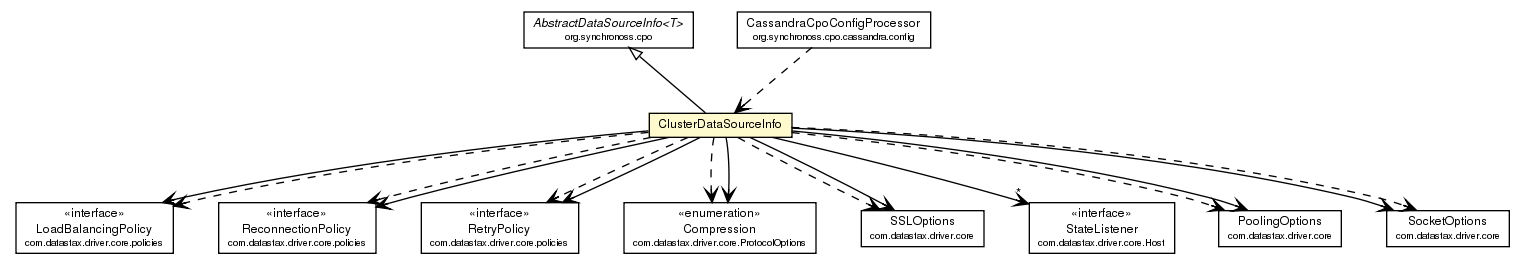
This is site/apidocs/org/synchronoss/cpo/cassandra/ClusterDataSourceInfo.png from synchronoss/cpo-api, a Graphviz export, as it was before one commit. Its source is kept beside it as site/apidocs/org/synchronoss/cpo/cassandra/ClusterDataSourceInfo.dot.
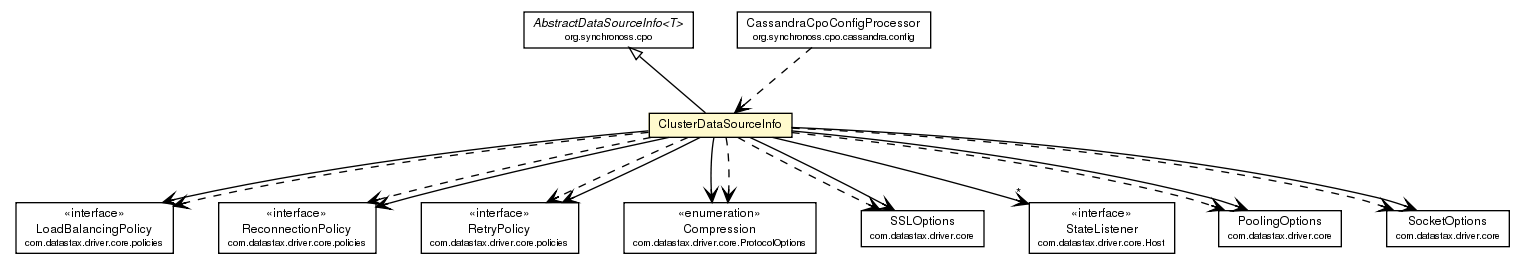
After the change.

The edit, as a diff of the source:
```diff
@@ -28,13 +28,13 @@
 	c44752:p -> c44801:p [taillabel="", label="", headlabel="*", fontname="Helvetica", fontcolor="black", fontsize=10.0, color="black", arrowhead=open];
 	c44752:p -> c44802:p [taillabel="", label="", headlabel="", fontname="Helvetica", fontcolor="black", fontsize=10.0, color="black", arrowhead=open];
 	c44752:p -> c44803:p [taillabel="", label="", headlabel="", fontname="Helvetica", fontcolor="black", fontsize=10.0, color="black", arrowhead=open];
+	c44752:p -> c44799:p [taillabel="", label="", headlabel="", fontname="Helvetica", fontcolor="black", fontsize=10.0, color="black", arrowhead=open, style=dashed];
+	c44752:p -> c44797:p [taillabel="", label="", headlabel="", fontname="Helvetica", fontcolor="black", fontsize=10.0, color="black", arrowhead=open, style=dashed];
+	c44752:p -> c44802:p [taillabel="", label="", headlabel="", fontname="Helvetica", fontcolor="black", fontsize=10.0, color="black", arrowhead=open, style=dashed];
+	c44752:p -> c44798:p [taillabel="", label="", headlabel="", fontname="Helvetica", fontcolor="black", fontsize=10.0, color="black", arrowhead=open, style=dashed];
 	c44752:p -> c44803:p [taillabel="", label="", headlabel="", fontname="Helvetica", fontcolor="black", fontsize=10.0, color="black", arrowhead=open, style=dashed];
 	c44752:p -> c44800:p [taillabel="", label="", headlabel="", fontname="Helvetica", fontcolor="black", fontsize=10.0, color="black", arrowhead=open, style=dashed];
 	c44752:p -> c44796:p [taillabel="", label="", headlabel="", fontname="Helvetica", fontcolor="black", fontsize=10.0, color="black", arrowhead=open, style=dashed];
-	c44752:p -> c44799:p [taillabel="", label="", headlabel="", fontname="Helvetica", fontcolor="black", fontsize=10.0, color="black", arrowhead=open, style=dashed];
-	c44752:p -> c44802:p [taillabel="", label="", headlabel="", fontname="Helvetica", fontcolor="black", fontsize=10.0, color="black", arrowhead=open, style=dashed];
-	c44752:p -> c44798:p [taillabel="", label="", headlabel="", fontname="Helvetica", fontcolor="black", fontsize=10.0, color="black", arrowhead=open, style=dashed];
-	c44752:p -> c44797:p [taillabel="", label="", headlabel="", fontname="Helvetica", fontcolor="black", fontsize=10.0, color="black", arrowhead=open, style=dashed];
 	c44763:p -> c44752:p [taillabel="", label="", headlabel="", fontname="Helvetica", fontcolor="black", fontsize=10.0, color="black", arrowhead=open, style=dashed];
 	c44797 [label=<<table border="0" cellborder="1" cellspacing="0" cellpadding="2" port="p" href="http://java.sun.com/j2se/1.4.2/docs/api/com/datastax/driver/core/policies/ReconnectionPolicy.html">
 		<tr><td><table border="0" cellspacing="0" cellpadding="1">
```
